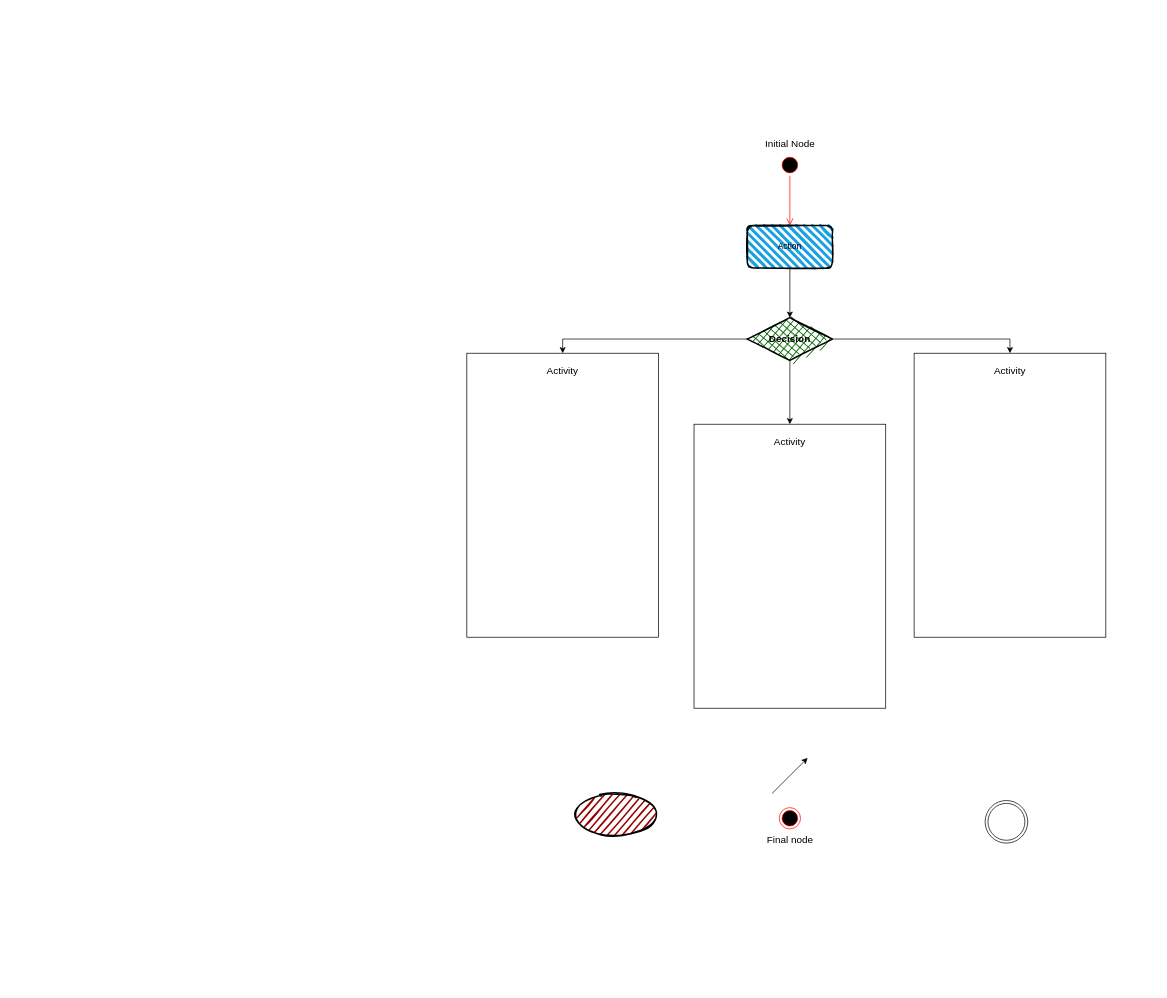
Before: docs/diagrams/Untitled Diagram.drawio in halfpintutopia/cambio, a draw.io diagram. Source tidied: cells renumbered, new cells numbered last; positions are measured from the earlier drawing's top-left corner, leaving out a move shared by most shapes. Both pictures are drawn from the tidied source at 71%, with x=0, y=0 at pixel (466, 133).
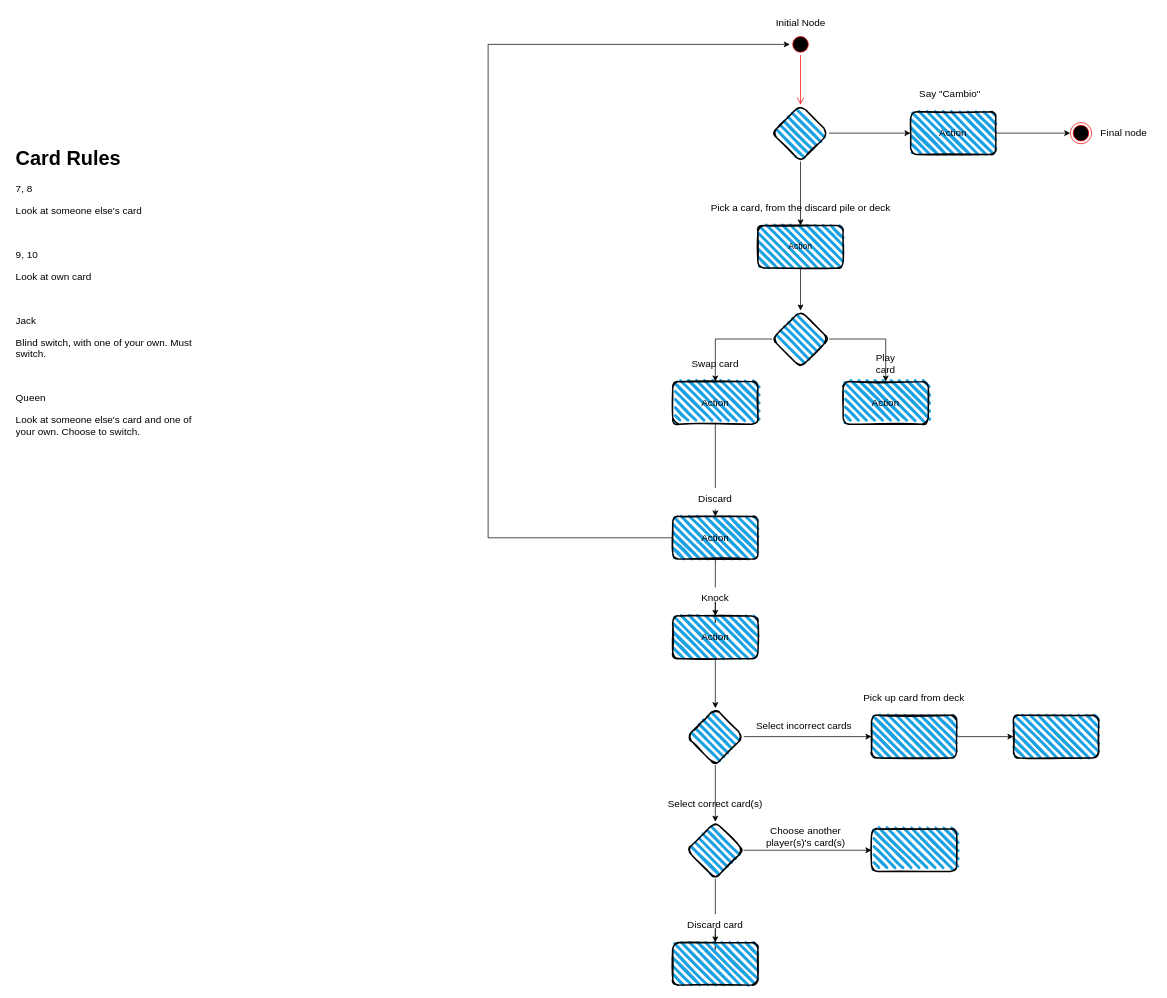
The same diagram, later.

Commit message:
Add initial card action to UML

What changed in the source:
```diff
@@
-    <mxCell id="2" style="ellipse;html=1;shape=endState;fillColor=#000000;strokeColor=#ff0000;" parent="1" vertex="1">
-      <mxGeometry x="440" y="950" width="30" height="30" as="geometry" />
-    </mxCell>
     <mxCell id="3" style="ellipse;html=1;shape=startState;fillColor=#000000;strokeColor=#ff0000;" parent="1" vertex="1">
-      <mxGeometry x="440" y="30" width="30" height="30" as="geometry" />
+      <mxGeometry x="455" y="-140" width="30" height="30" as="geometry" />
     </mxCell>
-    <mxCell id="4" style="edgeStyle=orthogonalEdgeStyle;html=1;verticalAlign=bottom;endArrow=open;endSize=8;strokeColor=#ff0000;rounded=0;entryX=0.5;entryY=0;entryDx=0;entryDy=0;entryPerimeter=0;" parent="1" edge="1" source="3" target="6">
+    <mxCell id="4" style="edgeStyle=orthogonalEdgeStyle;html=1;verticalAlign=bottom;endArrow=open;endSize=8;strokeColor=#ff0000;rounded=0;entryX=0.5;entryY=0;entryDx=0;entryDy=0;" parent="1" edge="1" source="3" target="39">
       <mxGeometry relative="1" as="geometry" />
     </mxCell>
-    <mxCell id="5" style="edgeStyle=orthogonalEdgeStyle;rounded=0;jettySize=auto;html=1;exitX=0.5;exitY=1;exitDx=0;exitDy=0;entryX=0.5;entryY=0;entryDx=0;entryDy=0;fontSize=14;fontColor=#000000;" parent="1" edge="1" source="6" target="11">
-      <mxGeometry relative="1" as="geometry" />
-    </mxCell>
+    <mxCell id="22" style="edgeStyle=orthogonalEdgeStyle;rounded=0;jettySize=auto;html=1;fontSize=14;fontColor=#000000;entryX=0.5;entryY=0;entryDx=0;entryDy=0;" parent="1" edge="1" source="6" target="42">
+      <mxGeometry relative="1" as="geometry" />
+    </mxCell>
     <mxCell id="6" value="Action" style="rounded=1;whiteSpace=wrap;html=1;strokeWidth=2;fillWeight=4;hachureGap=8;hachureAngle=45;fillColor=#1ba1e2;sketch=1;" parent="1" vertex="1">
-      <mxGeometry x="395" y="130" width="120" height="60" as="geometry" />
+      <mxGeometry x="410" y="130" width="120" height="60" as="geometry" />
     </mxCell>
-    <mxCell id="7" style="ellipse;shape=doubleEllipse;html=1;dashed=0;whitespace=wrap;" parent="1" vertex="1">
-      <mxGeometry x="730" y="940" width="60" height="60" as="geometry" />
-    </mxCell>
-    <mxCell id="8" style="edgeStyle=orthogonalEdgeStyle;rounded=0;jettySize=auto;html=1;exitX=0;exitY=0.5;exitDx=0;exitDy=0;entryX=0.5;entryY=0;entryDx=0;entryDy=0;fontSize=14;fontColor=#000000;" parent="1" edge="1" source="11" target="16">
-      <mxGeometry relative="1" as="geometry" />
-    </mxCell>
-    <mxCell id="9" style="edgeStyle=orthogonalEdgeStyle;rounded=0;jettySize=auto;html=1;exitX=1;exitY=0.5;exitDx=0;exitDy=0;entryX=0.5;entryY=0;entryDx=0;entryDy=0;fontSize=14;fontColor=#000000;" parent="1" edge="1" source="11" target="18">
-      <mxGeometry relative="1" as="geometry" />
-    </mxCell>
-    <mxCell id="10" style="edgeStyle=orthogonalEdgeStyle;rounded=0;jettySize=auto;html=1;exitX=0.5;exitY=1;exitDx=0;exitDy=0;entryX=0.5;entryY=0;entryDx=0;entryDy=0;fontSize=14;fontColor=#000000;" parent="1" edge="1" source="11" target="17">
-      <mxGeometry relative="1" as="geometry" />
-    </mxCell>
-    <mxCell id="11" value="&lt;font size=&quot;1&quot;&gt;&lt;b style=&quot;font-size: 14px;&quot;&gt;Decision&lt;/b&gt;&lt;/font&gt;" style="rhombus;whiteSpace=wrap;html=1;strokeWidth=2;fillWeight=-1;hachureGap=8;fillStyle=cross-hatch;fillColor=#006600;sketch=1;" parent="1" vertex="1">
-      <mxGeometry x="395" y="260" width="120" height="60" as="geometry" />
-    </mxCell>
     <mxCell id="12" value="Initial Node" style="text;html=1;align=center;verticalAlign=middle;strokeColor=none;fillColor=none;fontSize=14;fontColor=#000000;" parent="1" vertex="1">
-      <mxGeometry x="410" width="90" height="30" as="geometry" />
+      <mxGeometry x="425" y="-170" width="90" height="30" as="geometry" />
     </mxCell>
+    <mxCell id="20" value="&lt;div&gt;Play card&lt;/div&gt;" style="text;html=1;strokeColor=none;fillColor=none;align=center;verticalAlign=middle;whiteSpace=wrap;rounded=0;fontSize=14;fontColor=#000000;" parent="1" vertex="1">
+      <mxGeometry x="560" y="310" width="60" height="30" as="geometry" />
+    </mxCell>
+    <mxCell id="23" style="edgeStyle=orthogonalEdgeStyle;rounded=0;jettySize=auto;html=1;exitX=1;exitY=0.5;exitDx=0;exitDy=0;entryX=0;entryY=0.5;entryDx=0;entryDy=0;fontSize=14;fontColor=#000000;" parent="1" edge="1" source="24" target="25">
+      <mxGeometry relative="1" as="geometry" />
+    </mxCell>
+    <mxCell id="24" value="Action" style="rounded=1;whiteSpace=wrap;html=1;strokeWidth=2;fillWeight=4;hachureGap=8;hachureAngle=45;fillColor=#1ba1e2;sketch=1;fontSize=14;fontColor=#000000;" parent="1" vertex="1">
+      <mxGeometry x="625" y="-30" width="120" height="60" as="geometry" />
+    </mxCell>
+    <mxCell id="25" style="ellipse;html=1;shape=endState;fillColor=#000000;strokeColor=#ff0000;" parent="1" vertex="1">
+      <mxGeometry x="850" y="-15" width="30" height="30" as="geometry" />
+    </mxCell>
     <mxCell id="13" value="Final node" style="text;html=1;align=center;verticalAlign=middle;strokeColor=none;fillColor=none;fontSize=14;fontColor=#000000;" parent="1" vertex="1">
-      <mxGeometry x="410" y="980" width="90" height="30" as="geometry" />
+      <mxGeometry x="880" y="-15" width="90" height="30" as="geometry" />
     </mxCell>
-    <mxCell id="14" style="endArrow=classic;html=1;rounded=0;fontSize=14;fontColor=#000000;" parent="1" edge="1">
-      <mxGeometry relative="1" as="geometry">
-        <mxPoint x="430" y="930" as="sourcePoint" />
-        <mxPoint x="480" y="880" as="targetPoint" />
-      </mxGeometry>
-    </mxCell>
-    <mxCell id="15" style="ellipse;whiteSpace=wrap;html=1;strokeWidth=2;fillWeight=2;hachureGap=8;fillColor=#990000;fillStyle=dots;sketch=1;fontSize=14;fontColor=#000000;" parent="1" vertex="1">
-      <mxGeometry x="150" y="930" width="120" height="60" as="geometry" />
-    </mxCell>
-    <mxCell id="16" style="rounded=0;whiteSpace=wrap;html=1;fontSize=14;fontColor=#000000;" parent="1" vertex="1">
-      <mxGeometry y="310" width="270" height="400" as="geometry" />
-    </mxCell>
-    <mxCell id="17" style="rounded=0;whiteSpace=wrap;html=1;fontSize=14;fontColor=#000000;" parent="1" vertex="1">
-      <mxGeometry x="320" y="410" width="270" height="400" as="geometry" />
-    </mxCell>
-    <mxCell id="18" style="rounded=0;whiteSpace=wrap;html=1;fontSize=14;fontColor=#000000;" parent="1" vertex="1">
-      <mxGeometry x="630" y="310" width="270" height="400" as="geometry" />
-    </mxCell>
-    <mxCell id="19" value="Activity" style="text;html=1;strokeColor=none;fillColor=none;align=center;verticalAlign=middle;whiteSpace=wrap;rounded=0;fontSize=14;fontColor=#000000;" parent="1" vertex="1">
-      <mxGeometry x="425" y="420" width="60" height="30" as="geometry" />
-    </mxCell>
-    <mxCell id="20" value="Activity" style="text;html=1;strokeColor=none;fillColor=none;align=center;verticalAlign=middle;whiteSpace=wrap;rounded=0;fontSize=14;fontColor=#000000;" parent="1" vertex="1">
-      <mxGeometry x="735" y="320" width="60" height="30" as="geometry" />
-    </mxCell>
+    <mxCell id="26" value="&lt;h1&gt;Card Rules &lt;br&gt;&lt;/h1&gt;&lt;p&gt;7, 8&lt;/p&gt;&lt;p&gt;Look at someone else's card&lt;/p&gt;&lt;p&gt;&lt;br&gt;&lt;/p&gt;&lt;p&gt;9, 10&lt;/p&gt;&lt;p&gt;Look at own card&lt;/p&gt;&lt;p&gt;&lt;br&gt;&lt;/p&gt;&lt;p&gt;Jack&lt;/p&gt;&lt;p&gt;Blind switch, with one of your own. Must switch.&lt;br&gt;&lt;/p&gt;&lt;p&gt;&lt;br&gt;&lt;/p&gt;&lt;p&gt;Queen&lt;/p&gt;&lt;p&gt;Look at someone else's card and one of your own. Choose to switch.&lt;br&gt;&lt;/p&gt;" style="text;html=1;strokeColor=none;fillColor=none;spacing=5;spacingTop=-20;whiteSpace=wrap;overflow=hidden;rounded=0;fontSize=14;fontColor=#000000;" parent="1" vertex="1">
+      <mxGeometry x="-640" y="10" width="270" height="440" as="geometry" />
+    </mxCell>
+    <mxCell id="27" value="Say &quot;Cambio&quot;" style="text;html=1;align=center;verticalAlign=middle;strokeColor=none;fillColor=none;fontSize=14;fontColor=#000000;" parent="1" vertex="1">
+      <mxGeometry x="625" y="-70" width="110" height="30" as="geometry" />
+    </mxCell>
+    <mxCell id="28" value="&lt;div&gt;Pick a card, from the discard pile or deck&lt;/div&gt;" style="text;html=1;align=center;verticalAlign=middle;strokeColor=none;fillColor=none;fontSize=14;fontColor=#000000;" parent="1" vertex="1">
+      <mxGeometry x="330" y="90" width="280" height="30" as="geometry" />
+    </mxCell>
+    <mxCell id="29" style="edgeStyle=orthogonalEdgeStyle;rounded=0;jettySize=auto;html=1;exitX=0.5;exitY=1;exitDx=0;exitDy=0;entryX=0.5;entryY=0;entryDx=0;entryDy=0;fontSize=14;fontColor=#000000;startArrow=none;" parent="1" edge="1" source="21" target="35">
+      <mxGeometry relative="1" as="geometry" />
+    </mxCell>
+    <mxCell id="30" value="Action" style="rounded=1;whiteSpace=wrap;html=1;strokeWidth=2;fillWeight=4;hachureGap=8;hachureAngle=45;fillColor=#1ba1e2;sketch=1;fontSize=14;fontColor=#000000;" parent="1" vertex="1">
+      <mxGeometry x="290" y="350" width="120" height="60" as="geometry" />
+    </mxCell>
+    <mxCell id="31" value="Action" style="rounded=1;whiteSpace=wrap;html=1;strokeWidth=2;fillWeight=4;hachureGap=8;hachureAngle=45;fillColor=#1ba1e2;sketch=1;fontSize=14;fontColor=#000000;" parent="1" vertex="1">
+      <mxGeometry x="530" y="350" width="120" height="60" as="geometry" />
+    </mxCell>
+    <mxCell id="32" value="Swap card" style="text;html=1;strokeColor=none;fillColor=none;align=center;verticalAlign=middle;whiteSpace=wrap;rounded=0;fontSize=14;fontColor=#000000;" parent="1" vertex="1">
+      <mxGeometry x="305" y="310" width="90" height="30" as="geometry" />
+    </mxCell>
+    <mxCell id="33" style="edgeStyle=orthogonalEdgeStyle;rounded=0;jettySize=auto;html=1;exitX=0;exitY=0.5;exitDx=0;exitDy=0;entryX=0;entryY=0.5;entryDx=0;entryDy=0;fontSize=14;fontColor=#000000;" parent="1" edge="1" source="35" target="3">
+      <mxGeometry relative="1" as="geometry">
+        <Array as="points">
+          <mxPoint x="30" y="570" />
+          <mxPoint x="30" y="-125" />
+        </Array>
+      </mxGeometry>
+    </mxCell>
+    <mxCell id="34" style="edgeStyle=orthogonalEdgeStyle;rounded=0;jettySize=auto;html=1;fontSize=14;fontColor=#000000;startArrow=none;" parent="1" edge="1" source="45" target="44">
+      <mxGeometry relative="1" as="geometry" />
+    </mxCell>
+    <mxCell id="35" value="Action" style="rounded=1;whiteSpace=wrap;html=1;strokeWidth=2;fillWeight=4;hachureGap=8;hachureAngle=45;fillColor=#1ba1e2;sketch=1;fontSize=14;fontColor=#000000;" parent="1" vertex="1">
+      <mxGeometry x="290" y="540" width="120" height="60" as="geometry" />
+    </mxCell>
-    <mxCell id="21" value="Activity" style="text;html=1;strokeColor=none;fillColor=none;align=center;verticalAlign=middle;whiteSpace=wrap;rounded=0;fontSize=14;fontColor=#000000;" parent="1" vertex="1">
-      <mxGeometry x="105" y="320" width="60" height="30" as="geometry" />
+    <mxCell id="21" value="Discard" style="text;html=1;strokeColor=none;fillColor=none;align=center;verticalAlign=middle;whiteSpace=wrap;rounded=0;fontSize=14;fontColor=#000000;" parent="1" vertex="1">
+      <mxGeometry x="320" y="500" width="60" height="30" as="geometry" />
     </mxCell>
+    <mxCell id="36" style="edgeStyle=orthogonalEdgeStyle;rounded=0;jettySize=auto;html=1;exitX=0.5;exitY=1;exitDx=0;exitDy=0;entryX=0.5;entryY=0;entryDx=0;entryDy=0;fontSize=14;fontColor=#000000;endArrow=none;" parent="1" edge="1" source="30" target="21">
+      <mxGeometry relative="1" as="geometry" />
+    </mxCell>
+    <mxCell id="37" style="edgeStyle=orthogonalEdgeStyle;rounded=0;jettySize=auto;html=1;exitX=0.5;exitY=1;exitDx=0;exitDy=0;entryX=0.5;entryY=0;entryDx=0;entryDy=0;fontSize=14;fontColor=#000000;" parent="1" edge="1" source="39" target="6">
+      <mxGeometry relative="1" as="geometry" />
+    </mxCell>
+    <mxCell id="38" style="edgeStyle=orthogonalEdgeStyle;rounded=0;jettySize=auto;html=1;exitX=1;exitY=0.5;exitDx=0;exitDy=0;entryX=0;entryY=0.5;entryDx=0;entryDy=0;fontSize=14;fontColor=#000000;" parent="1" edge="1" source="39" target="24">
+      <mxGeometry relative="1" as="geometry" />
+    </mxCell>
+    <mxCell id="39" style="rhombus;whiteSpace=wrap;html=1;fontSize=14;fillColor=#1ba1e2;fontColor=#000000;rounded=1;strokeWidth=2;fillWeight=4;hachureGap=8;hachureAngle=45;sketch=1;" parent="1" vertex="1">
+      <mxGeometry x="430" y="-40" width="80" height="80" as="geometry" />
+    </mxCell>
+    <mxCell id="40" style="edgeStyle=orthogonalEdgeStyle;rounded=0;jettySize=auto;html=1;exitX=1;exitY=0.5;exitDx=0;exitDy=0;entryX=0.5;entryY=0;entryDx=0;entryDy=0;fontSize=14;fontColor=#000000;" parent="1" edge="1" source="42" target="31">
+      <mxGeometry relative="1" as="geometry" />
+    </mxCell>
+    <mxCell id="41" style="edgeStyle=orthogonalEdgeStyle;rounded=0;jettySize=auto;html=1;exitX=0;exitY=0.5;exitDx=0;exitDy=0;fontSize=14;fontColor=#000000;entryX=0.5;entryY=0;entryDx=0;entryDy=0;" parent="1" edge="1" source="42" target="30">
+      <mxGeometry relative="1" as="geometry" />
+    </mxCell>
+    <mxCell id="42" style="rhombus;whiteSpace=wrap;html=1;fillColor=#1ba1e2;rounded=1;strokeWidth=2;fillWeight=4;hachureGap=8;hachureAngle=45;sketch=1;" parent="1" vertex="1">
+      <mxGeometry x="430" y="250" width="80" height="80" as="geometry" />
+    </mxCell>
+    <mxCell id="43" style="edgeStyle=orthogonalEdgeStyle;rounded=0;jettySize=auto;html=1;fontSize=14;fontColor=#000000;" parent="1" edge="1" source="44" target="49">
+      <mxGeometry relative="1" as="geometry" />
+    </mxCell>
+    <mxCell id="44" value="Action" style="rounded=1;whiteSpace=wrap;html=1;strokeWidth=2;fillWeight=4;hachureGap=8;hachureAngle=45;fillColor=#1ba1e2;sketch=1;fontSize=14;fontColor=#000000;" parent="1" vertex="1">
+      <mxGeometry x="290" y="680" width="120" height="60" as="geometry" />
+    </mxCell>
+    <mxCell id="45" value="Knock" style="text;html=1;strokeColor=none;fillColor=none;align=center;verticalAlign=middle;whiteSpace=wrap;rounded=0;fontSize=14;fontColor=#000000;" parent="1" vertex="1">
+      <mxGeometry x="320" y="640" width="60" height="30" as="geometry" />
+    </mxCell>
+    <mxCell id="46" style="edgeStyle=orthogonalEdgeStyle;rounded=0;jettySize=auto;html=1;fontSize=14;fontColor=#000000;endArrow=none;" parent="1" edge="1" source="35" target="45">
+      <mxGeometry relative="1" as="geometry" />
+    </mxCell>
+    <mxCell id="47" style="edgeStyle=orthogonalEdgeStyle;rounded=0;jettySize=auto;html=1;fontSize=14;fontColor=#000000;" parent="1" edge="1" source="49" target="51">
+      <mxGeometry relative="1" as="geometry" />
+    </mxCell>
+    <mxCell id="48" style="edgeStyle=orthogonalEdgeStyle;rounded=0;jettySize=auto;html=1;fontSize=14;fontColor=#000000;" parent="1" edge="1" source="49" target="58">
+      <mxGeometry relative="1" as="geometry" />
+    </mxCell>
+    <mxCell id="49" style="rhombus;whiteSpace=wrap;html=1;fontSize=14;fillColor=#1ba1e2;fontColor=#000000;rounded=1;strokeWidth=2;fillWeight=4;hachureGap=8;hachureAngle=45;sketch=1;" parent="1" vertex="1">
+      <mxGeometry x="310" y="810" width="80" height="80" as="geometry" />
+    </mxCell>
+    <mxCell id="50" style="edgeStyle=orthogonalEdgeStyle;rounded=0;jettySize=auto;html=1;fontSize=14;fontColor=#000000;" parent="1" edge="1" source="51" target="52">
+      <mxGeometry relative="1" as="geometry" />
+    </mxCell>
+    <mxCell id="51" style="whiteSpace=wrap;html=1;fontSize=14;fillColor=#1ba1e2;fontColor=#000000;rounded=1;strokeWidth=2;fillWeight=4;hachureGap=8;hachureAngle=45;sketch=1;" parent="1" vertex="1">
+      <mxGeometry x="570" y="820" width="120" height="60" as="geometry" />
+    </mxCell>
+    <mxCell id="52" style="whiteSpace=wrap;html=1;fontSize=14;fillColor=#1ba1e2;fontColor=#000000;rounded=1;strokeWidth=2;fillWeight=4;hachureGap=8;hachureAngle=45;sketch=1;" parent="1" vertex="1">
+      <mxGeometry x="770" y="820" width="120" height="60" as="geometry" />
+    </mxCell>
+    <mxCell id="53" value="Select correct card(s)" style="text;html=1;strokeColor=none;fillColor=none;align=center;verticalAlign=middle;whiteSpace=wrap;rounded=0;fontSize=14;fontColor=#000000;" parent="1" vertex="1">
+      <mxGeometry x="255" y="930" width="190" height="30" as="geometry" />
+    </mxCell>
+    <mxCell id="54" value="&lt;div&gt;Select incorrect cards&lt;/div&gt;" style="text;html=1;strokeColor=none;fillColor=none;align=center;verticalAlign=middle;whiteSpace=wrap;rounded=0;fontSize=14;fontColor=#000000;" parent="1" vertex="1">
+      <mxGeometry x="395" y="820" width="160" height="30" as="geometry" />
+    </mxCell>
+    <mxCell id="55" value="Pick up card from deck" style="text;html=1;strokeColor=none;fillColor=none;align=center;verticalAlign=middle;whiteSpace=wrap;rounded=0;fontSize=14;fontColor=#000000;" parent="1" vertex="1">
+      <mxGeometry x="550" y="780" width="160" height="30" as="geometry" />
+    </mxCell>
+    <mxCell id="56" style="edgeStyle=orthogonalEdgeStyle;rounded=0;jettySize=auto;html=1;fontSize=14;fontColor=#000000;" parent="1" edge="1" source="58" target="59">
+      <mxGeometry relative="1" as="geometry" />
+    </mxCell>
+    <mxCell id="57" style="edgeStyle=orthogonalEdgeStyle;rounded=0;jettySize=auto;html=1;fontSize=14;fontColor=#000000;startArrow=none;" parent="1" edge="1" source="62" target="60">
+      <mxGeometry relative="1" as="geometry" />
+    </mxCell>
+    <mxCell id="58" style="rhombus;whiteSpace=wrap;html=1;fontSize=14;fillColor=#1ba1e2;fontColor=#000000;rounded=1;strokeWidth=2;fillWeight=4;hachureGap=8;hachureAngle=45;sketch=1;" parent="1" vertex="1">
+      <mxGeometry x="310" y="970" width="80" height="80" as="geometry" />
+    </mxCell>
+    <mxCell id="59" style="whiteSpace=wrap;html=1;fontSize=14;fillColor=#1ba1e2;fontColor=#000000;rounded=1;strokeWidth=2;fillWeight=4;hachureGap=8;hachureAngle=45;sketch=1;" parent="1" vertex="1">
+      <mxGeometry x="570" y="980" width="120" height="60" as="geometry" />
+    </mxCell>
+    <mxCell id="60" style="whiteSpace=wrap;html=1;fontSize=14;fillColor=#1ba1e2;fontColor=#000000;rounded=1;strokeWidth=2;fillWeight=4;hachureGap=8;hachureAngle=45;sketch=1;" parent="1" vertex="1">
+      <mxGeometry x="290" y="1140" width="120" height="60" as="geometry" />
+    </mxCell>
+    <mxCell id="61" value="&lt;div&gt;Choose another player(s)'s card(s)&lt;/div&gt;" style="text;html=1;strokeColor=none;fillColor=none;align=center;verticalAlign=middle;whiteSpace=wrap;rounded=0;fontSize=14;fontColor=#000000;" parent="1" vertex="1">
+      <mxGeometry x="400" y="960" width="155" height="60" as="geometry" />
+    </mxCell>
+    <mxCell id="62" value="Discard card" style="text;html=1;strokeColor=none;fillColor=none;align=center;verticalAlign=middle;whiteSpace=wrap;rounded=0;fontSize=14;fontColor=#000000;" parent="1" vertex="1">
+      <mxGeometry x="290" y="1100" width="120" height="30" as="geometry" />
+    </mxCell>
+    <mxCell id="63" style="edgeStyle=orthogonalEdgeStyle;rounded=0;jettySize=auto;html=1;fontSize=14;fontColor=#000000;endArrow=none;" parent="1" edge="1" source="58" target="62">
+      <mxGeometry relative="1" as="geometry" />
+    </mxCell>
```
